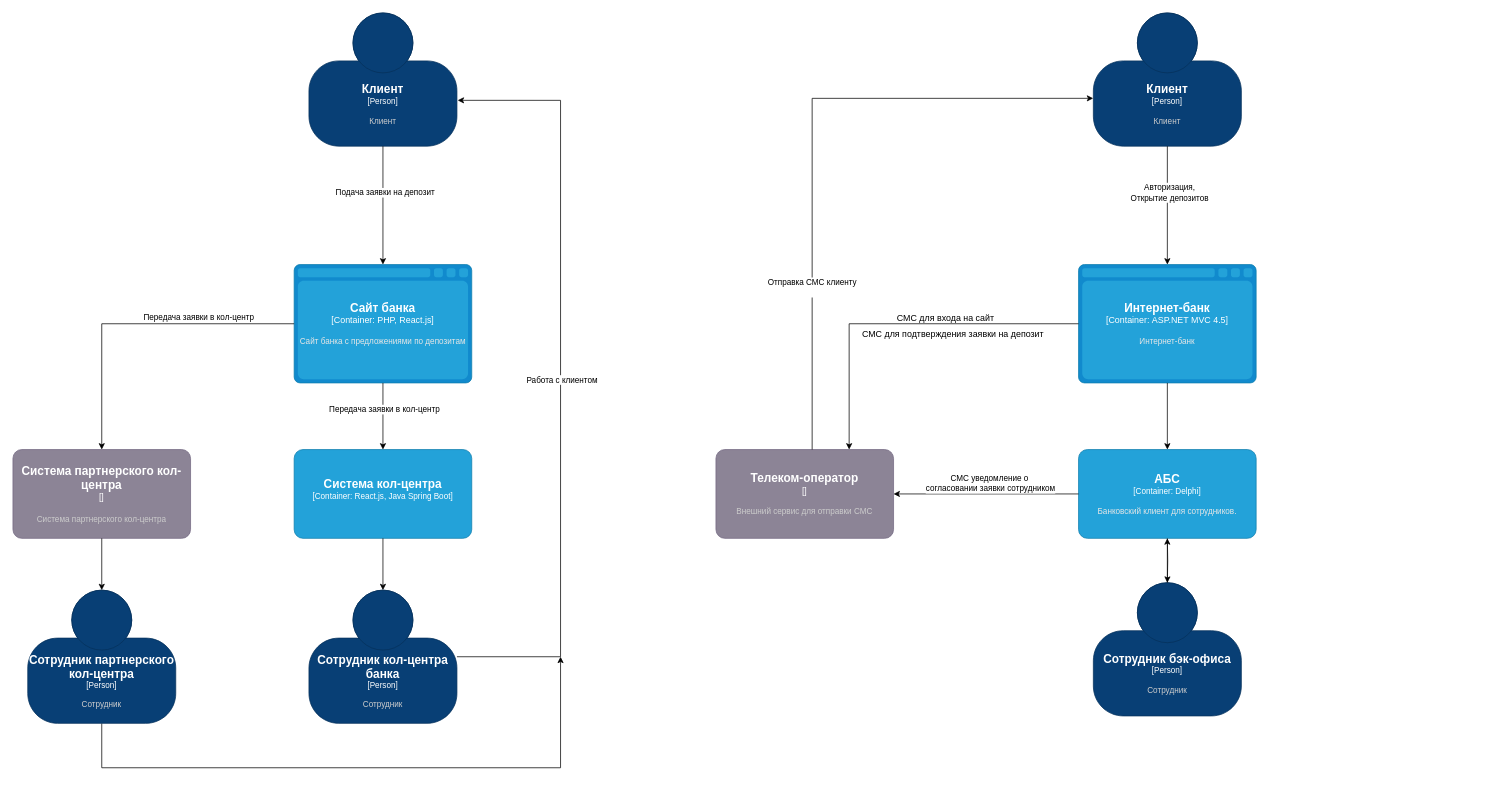
Above: page "Общее" (1 of 3) of task3/task3.drawio in presswintox/architecture-standart (draw.io), before the change. Source tidied: cells renumbered, new cells numbered last; positions are measured from the earlier drawing's top-left corner, leaving out a move shared by most shapes. Both pictures are drawn from the tidied source at 74%, with x=0, y=0 at pixel (13, 13).
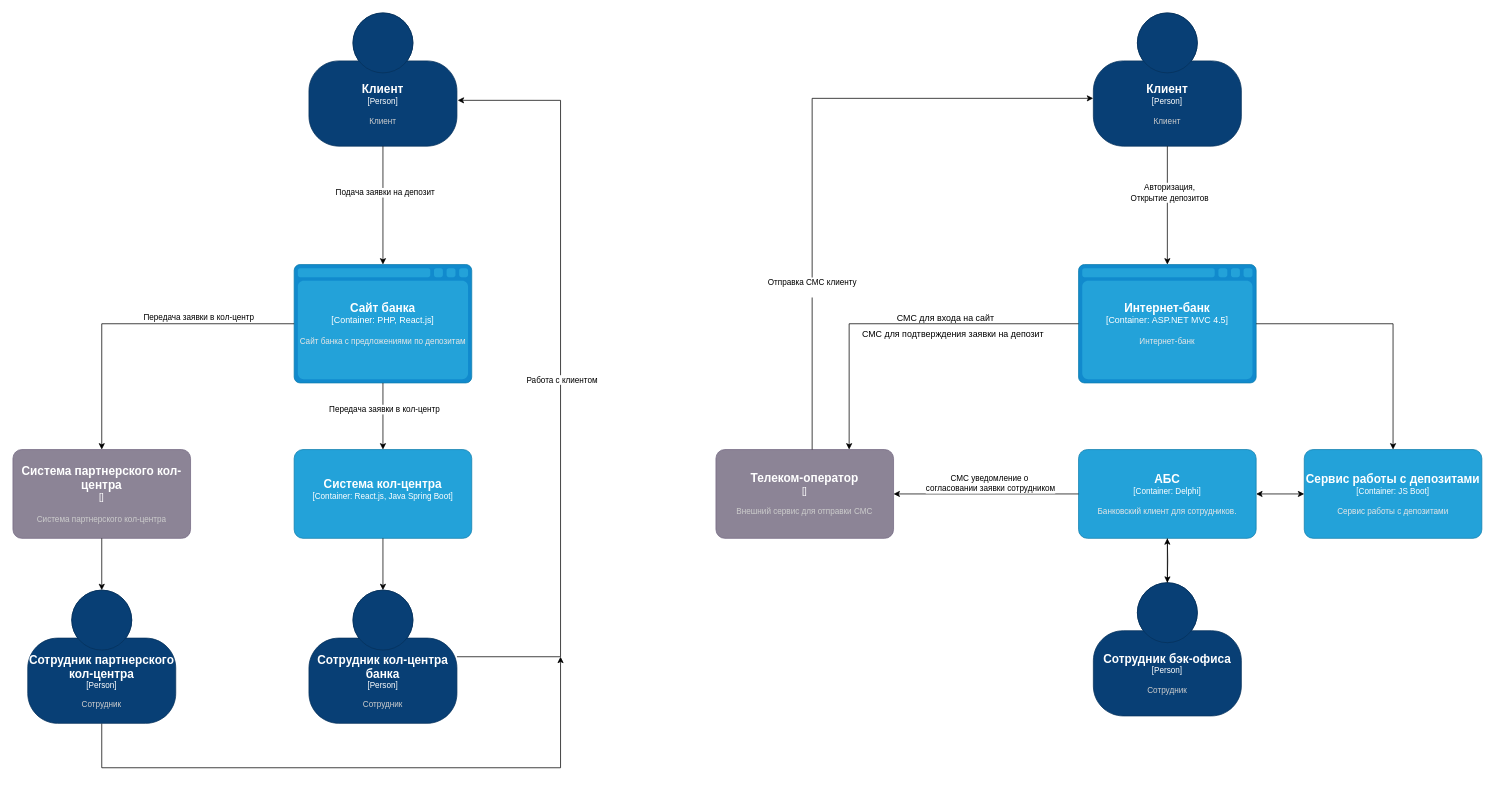
The same page after the edit.

Unchanged cells that the change refers to:
```xml
<object id="6" label="&lt;font style=&quot;font-size: 16px&quot;&gt;&lt;b&gt;%c4Name%&lt;/b&gt;&lt;/font&gt;&lt;div&gt;[%c4Type%: %c4Technology%]&lt;/div&gt;&lt;br&gt;&lt;div&gt;&lt;font style=&quot;font-size: 11px&quot;&gt;&lt;font color=&quot;#E6E6E6&quot;&gt;%c4Description%&lt;/font&gt;&lt;/div&gt;" c4Description="Банковский клиент для сотрудников." c4Name="АБС" c4Technology="Delphi" c4Type="Container" placeholders="1">
  <mxCell style="rounded=1;whiteSpace=wrap;html=1;fontSize=11;labelBackgroundColor=none;fillColor=#23A2D9;fontColor=#ffffff;align=center;arcSize=10;strokeColor=#0E7DAD;points=[[0.25,0,0],[0.5,0,0],[0.75,0,0],[1,0.25,0],[1,0.5,0],[1,0.75,0],[0.75,1,0],[0.5,1,0],[0.25,1,0],[0,0.75,0],[0,0.5,0],[0,0.25,0]];" parent="1" vertex="1">
    <mxGeometry x="1440" y="590" width="240" height="120" as="geometry" />
  </mxCell>
</object>
<object id="24" label="&lt;font style=&quot;font-size: 16px&quot;&gt;&lt;b&gt;%c4Type%&lt;/b&gt;&lt;/font&gt;&lt;div&gt;[%c4Container%:&amp;nbsp;%c4Technology%]&lt;/div&gt;&lt;br&gt;&lt;div&gt;&lt;font style=&quot;font-size: 11px&quot;&gt;&lt;font color=&quot;#E6E6E6&quot;&gt;%c4Description%&lt;/font&gt;&lt;/div&gt;" c4Container="Container" c4Description="Интернет-банк" c4Technology="ASP.NET MVC 4.5" c4Type="Интернет-банк" placeholders="1">
  <mxCell style="shape=mxgraph.c4.webBrowserContainer2;whiteSpace=wrap;html=1;boundedLbl=1;rounded=0;labelBackgroundColor=none;strokeColor=#118ACD;fillColor=#23A2D9;strokeColor=#118ACD;strokeColor2=#0E7DAD;fontSize=12;fontColor=#ffffff;align=center;points=[[0.5,0,0],[1,0.25,0],[1,0.5,0],[1,0.75,0],[0.5,1,0],[0,0.75,0],[0,0.5,0],[0,0.25,0]];" parent="1" vertex="1">
    <mxGeometry x="1440" y="340" width="240" height="160" as="geometry" />
  </mxCell>
</object>
```

Change to the diagram source:
```diff
@@
-    <mxCell id="25" style="edgeStyle=orthogonalEdgeStyle;rounded=0;jettySize=auto;html=1;entryX=0.5;entryY=0;entryDx=0;entryDy=0;entryPerimeter=0;" parent="1" edge="1" source="24" target="6">
+    <mxCell id="25" style="edgeStyle=orthogonalEdgeStyle;rounded=0;jettySize=auto;html=1;entryX=0.5;entryY=0;entryDx=0;entryDy=0;entryPerimeter=0;" parent="1" edge="1" source="24" target="36">
       <mxGeometry relative="1" as="geometry" />
     </mxCell>
@@
+    <object id="36" label="&lt;font style=&quot;font-size: 16px&quot;&gt;&lt;b&gt;%c4Name%&lt;/b&gt;&lt;/font&gt;&lt;div&gt;[%c4Type%: %c4Technology%]&lt;/div&gt;&lt;br&gt;&lt;div&gt;&lt;font style=&quot;font-size: 11px&quot;&gt;&lt;font color=&quot;#E6E6E6&quot;&gt;%c4Description%&lt;/font&gt;&lt;/div&gt;" c4Description="Сервис работы с депозитами" c4Name="Сервис работы с депозитами" c4Technology="JS Boot" c4Type="Container" placeholders="1">
+      <mxCell style="rounded=1;whiteSpace=wrap;html=1;fontSize=11;labelBackgroundColor=none;fillColor=#23A2D9;fontColor=#ffffff;align=center;arcSize=10;strokeColor=#0E7DAD;points=[[0.25,0,0],[0.5,0,0],[0.75,0,0],[1,0.25,0],[1,0.5,0],[1,0.75,0],[0.75,1,0],[0.5,1,0],[0.25,1,0],[0,0.75,0],[0,0.5,0],[0,0.25,0]];" parent="1" vertex="1">
+        <mxGeometry x="1745" y="590" width="240" height="120" as="geometry" />
+      </mxCell>
+    </object>
+    <mxCell id="37" style="edgeStyle=orthogonalEdgeStyle;rounded=0;jettySize=auto;html=1;entryX=0;entryY=0.5;entryDx=0;entryDy=0;entryPerimeter=0;startArrow=classic;startFill=1;" parent="1" edge="1" source="6" target="36">
+      <mxGeometry relative="1" as="geometry" />
+    </mxCell>
```
